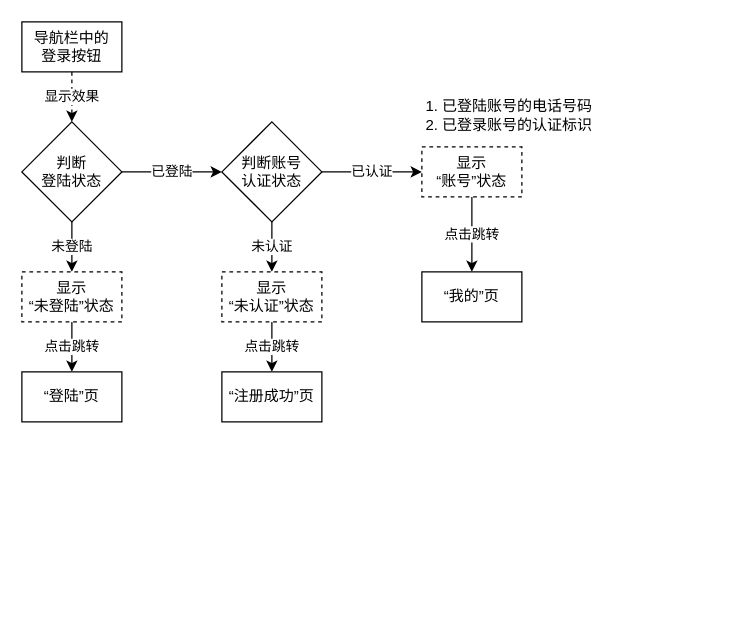
Above: page "导航栏登陆按钮的逻辑" (1 of 7) of miaDentist_P2.drawio in teengrouns/diagrams (draw.io), before the change. Source tidied: cells renumbered, new cells numbered last; positions are measured from the earlier drawing's top-left corner, leaving out a move shared by most shapes. Both pictures are drawn from the tidied source at 125%, with x=0, y=0 at pixel (21, 21).
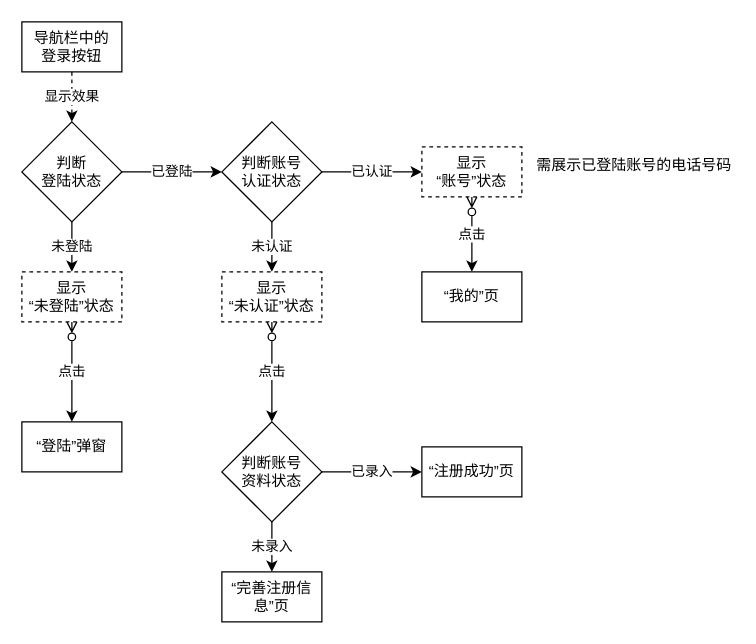
The same page after the edit.

Unchanged cells that the change refers to:
```xml
<mxCell id="8" value="显示&lt;br&gt;“未登陆”状态" style="rounded=0;whiteSpace=wrap;html=1;dashed=1;" parent="1" vertex="1">
  <mxGeometry y="200" width="80" height="40" as="geometry" />
</mxCell>
<mxCell id="11" value="显示&lt;br&gt;“账号”状态" style="rounded=0;whiteSpace=wrap;html=1;dashed=1;" parent="1" vertex="1">
  <mxGeometry x="320" y="100" width="80" height="40" as="geometry" />
</mxCell>
<mxCell id="17" value="显示&lt;br&gt;“未认证”状态" style="rounded=0;whiteSpace=wrap;html=1;dashed=1;" parent="1" vertex="1">
  <mxGeometry x="160" y="200" width="80" height="40" as="geometry" />
</mxCell>
```

Change to the diagram source:
```diff
@@
-    <mxCell id="7" value="点击跳转" style="edgeStyle=orthogonalEdgeStyle;rounded=0;jettySize=auto;html=1;" parent="1" edge="1" source="8" target="9">
+    <mxCell id="7" value="点击" style="edgeStyle=orthogonalEdgeStyle;rounded=0;jettySize=auto;html=1;startArrow=ERzeroToMany;startFill=0;" parent="1" edge="1" source="8" target="9">
       <mxGeometry relative="1" as="geometry" />
     </mxCell>
@@
-    <mxCell id="9" value="“登陆”页" style="rounded=0;whiteSpace=wrap;html=1;" parent="1" vertex="1">
-      <mxGeometry y="280" width="80" height="40" as="geometry" />
+    <mxCell id="9" value="“登陆”弹窗" style="rounded=0;whiteSpace=wrap;html=1;" parent="1" vertex="1">
+      <mxGeometry y="320" width="80" height="40" as="geometry" />
     </mxCell>
-    <mxCell id="10" value="点击跳转" style="edgeStyle=orthogonalEdgeStyle;rounded=0;jettySize=auto;html=1;entryX=0.5;entryY=0;entryDx=0;entryDy=0;" parent="1" edge="1" source="11" target="19">
+    <mxCell id="10" value="点击" style="edgeStyle=orthogonalEdgeStyle;rounded=0;jettySize=auto;html=1;entryX=0.5;entryY=0;entryDx=0;entryDy=0;startArrow=ERzeroToMany;startFill=0;" parent="1" edge="1" source="11" target="19">
       <mxGeometry relative="1" as="geometry" />
     </mxCell>
@@
-    <mxCell id="12" value="1. 已登陆账号的电话号码&lt;br&gt;2. 已登录账号的认证标识" style="text;html=1;strokeColor=none;fillColor=none;align=center;verticalAlign=middle;whiteSpace=wrap;rounded=0;" parent="1" vertex="1">
-      <mxGeometry x="320" y="60" width="140" height="30" as="geometry" />
+    <mxCell id="12" value="需展示已登陆账号的电话号码" style="text;html=1;strokeColor=none;fillColor=none;align=center;verticalAlign=middle;whiteSpace=wrap;rounded=0;" parent="1" vertex="1">
+      <mxGeometry x="410" y="100" width="160" height="30" as="geometry" />
     </mxCell>
@@
-    <mxCell id="16" value="点击跳转" style="edgeStyle=orthogonalEdgeStyle;rounded=0;jettySize=auto;html=1;entryX=0.5;entryY=0;entryDx=0;entryDy=0;" parent="1" edge="1" source="17" target="18">
+    <mxCell id="16" value="点击" style="edgeStyle=orthogonalEdgeStyle;rounded=0;jettySize=auto;html=1;entryX=0.5;entryY=0;entryDx=0;entryDy=0;startArrow=ERzeroToMany;startFill=0;" parent="1" edge="1" source="17" target="22">
       <mxGeometry relative="1" as="geometry" />
     </mxCell>
@@
+    <mxCell id="19" value="“我的”页" style="rounded=0;whiteSpace=wrap;html=1;" parent="1" vertex="1">
+      <mxGeometry x="320" y="200" width="80" height="40" as="geometry" />
+    </mxCell>
     <mxCell id="18" value="“注册成功”页" style="rounded=0;whiteSpace=wrap;html=1;" parent="1" vertex="1">
-      <mxGeometry x="160" y="280" width="80" height="40" as="geometry" />
+      <mxGeometry x="320" y="340" width="80" height="40" as="geometry" />
     </mxCell>
-    <mxCell id="19" value="“我的”页" style="rounded=0;whiteSpace=wrap;html=1;" parent="1" vertex="1">
-      <mxGeometry x="320" y="200" width="80" height="40" as="geometry" />
-    </mxCell>
+    <mxCell id="20" value="已录入" style="edgeStyle=orthogonalEdgeStyle;rounded=0;jettySize=auto;html=1;entryX=0;entryY=0.5;entryDx=0;entryDy=0;" parent="1" edge="1" source="22" target="18">
+      <mxGeometry relative="1" as="geometry" />
+    </mxCell>
+    <mxCell id="21" value="未录入" style="edgeStyle=orthogonalEdgeStyle;rounded=0;jettySize=auto;html=1;entryX=0.5;entryY=0;entryDx=0;entryDy=0;" parent="1" edge="1" source="22" target="23">
+      <mxGeometry relative="1" as="geometry" />
+    </mxCell>
+    <mxCell id="22" value="判断账号&lt;br&gt;资料状态" style="rhombus;whiteSpace=wrap;html=1;" parent="1" vertex="1">
+      <mxGeometry x="160" y="320" width="80" height="80" as="geometry" />
+    </mxCell>
+    <mxCell id="23" value="“完善注册信息”页" style="rounded=0;whiteSpace=wrap;html=1;" parent="1" vertex="1">
+      <mxGeometry x="160" y="440" width="80" height="40" as="geometry" />
+    </mxCell>
```
